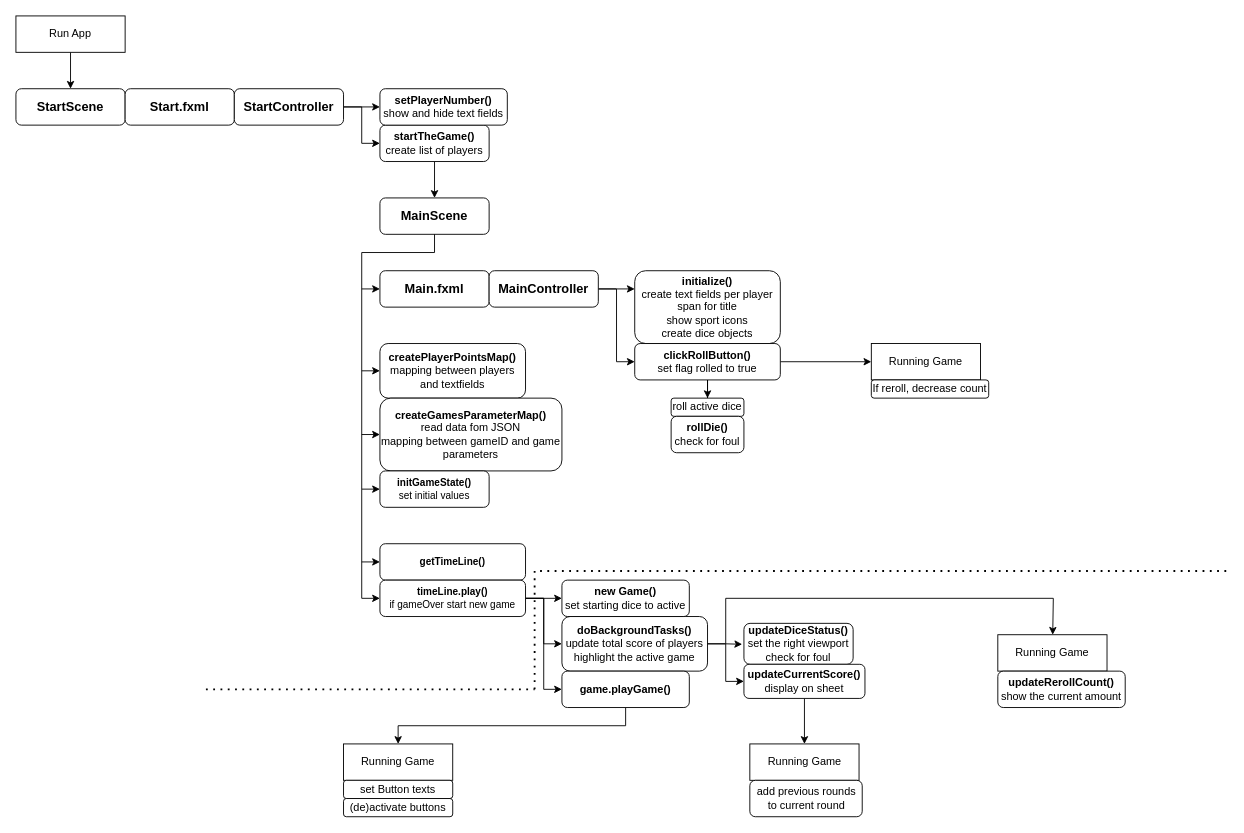
Above: src/main/resources/Flow.drawio in MarcoSeibert/Decathlon (draw.io), before the change. Source tidied: cells renumbered, new cells numbered last; positions are measured from the earlier drawing's top-left corner, leaving out a move shared by most shapes. Both pictures are drawn from the tidied source at 91%, with x=0, y=0 at pixel (15, 15).
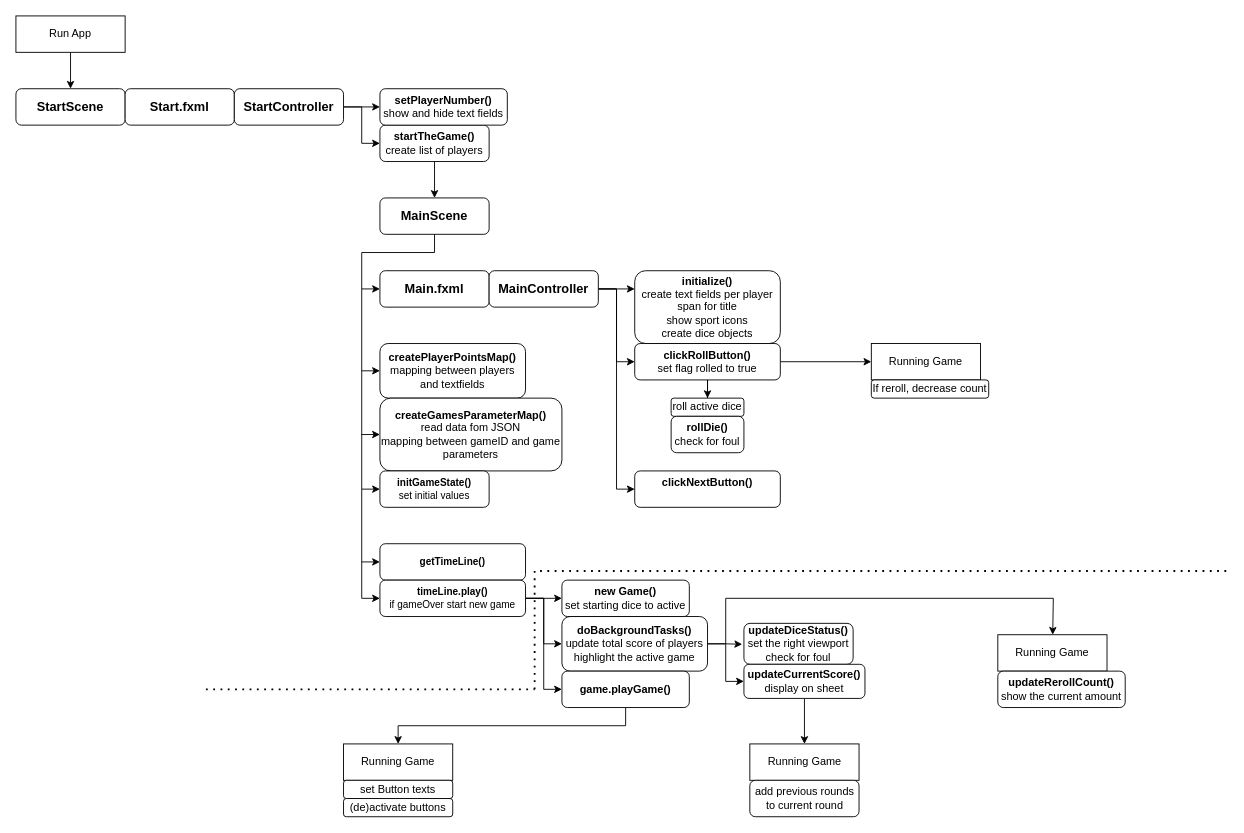
The same page after the edit.

Unchanged cells that the change refers to:
```xml
<mxCell id="16" value="&lt;h3&gt;MainController&lt;/h3&gt;" style="rounded=1;whiteSpace=wrap;html=1;" parent="1" vertex="1">
  <mxGeometry x="520" y="280" width="120" height="40" as="geometry" />
</mxCell>
```

Change to the diagram source:
```diff
@@
+    <mxCell id="63" style="edgeStyle=orthogonalEdgeStyle;rounded=0;jettySize=auto;html=1;entryX=0;entryY=0.5;entryDx=0;entryDy=0;" parent="1" edge="1" source="16" target="64">
+      <mxGeometry relative="1" as="geometry" />
+    </mxCell>
@@
     <mxCell id="62" value="add previous rounds&lt;div&gt;to current round&lt;/div&gt;" style="rounded=1;whiteSpace=wrap;html=1;" parent="1" vertex="1">
-      <mxGeometry x="806.5" y="840" width="123.5" height="40" as="geometry" />
+      <mxGeometry x="806.5" y="840" width="120" height="40" as="geometry" />
     </mxCell>
+    <mxCell id="64" value="&lt;b&gt;clickNextButton()&lt;/b&gt;&lt;div&gt;&lt;br/&gt;&lt;/div&gt;" style="rounded=1;whiteSpace=wrap;html=1;spacing=0;" parent="1" vertex="1">
+      <mxGeometry x="680" y="500" width="160" height="40" as="geometry" />
+    </mxCell>
```
